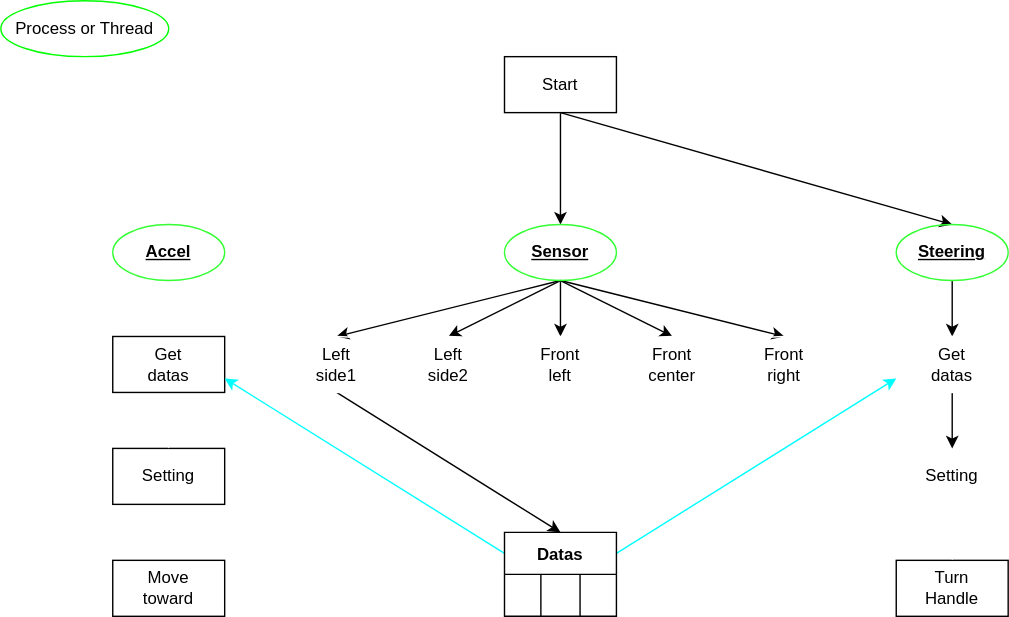
Before: toyota.drawio.svg, a diagram exported from draw.io (jizots/AI_minicar). Source tidied: cells renumbered, new cells last; positions are measured from the earlier drawing's top-left corner, leaving out a move shared by most shapes.
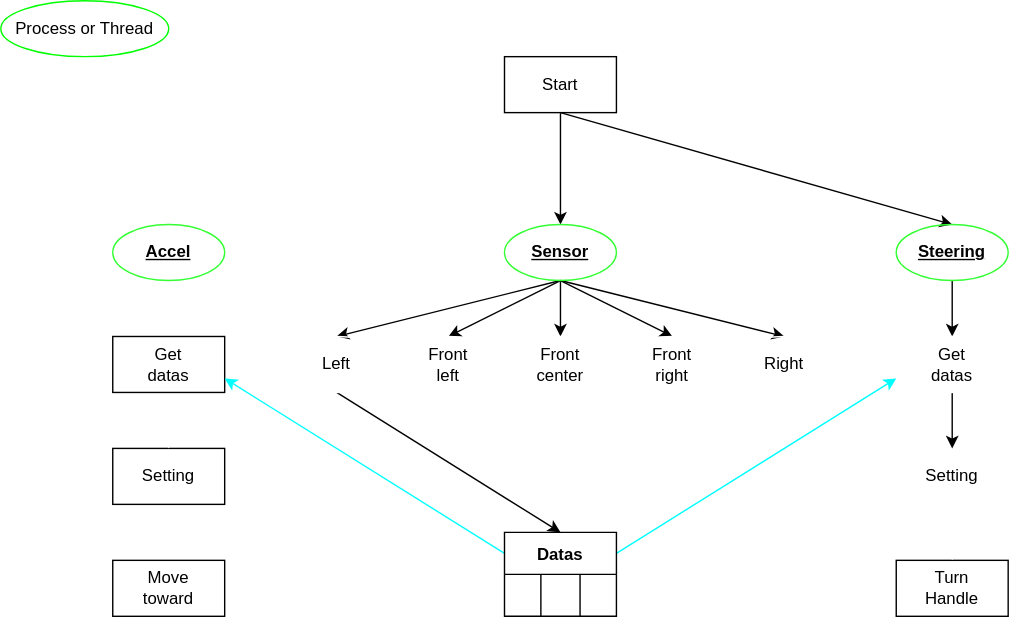
After the commit.

What changed in the source:
```diff
@@ -30,15 +30,15 @@
       <mxGeometry x="360" y="40" width="80" height="40" as="geometry" />
     </mxCell>
     <mxCell id="11" value="Front&lt;br&gt;right" style="ellipse;whiteSpace=wrap;html=1;strokeColor=#FFFFFF;fillColor=none;" parent="1" vertex="1">
-      <mxGeometry x="520" y="240" width="80" height="40" as="geometry" />
+      <mxGeometry x="440" y="240" width="80" height="40" as="geometry" />
     </mxCell>
     <mxCell id="12" value="Front&lt;br&gt;center" style="ellipse;whiteSpace=wrap;html=1;strokeColor=#FFFFFF;fillColor=none;" parent="1" vertex="1">
-      <mxGeometry x="440" y="240" width="80" height="40" as="geometry" />
+      <mxGeometry x="360" y="240" width="80" height="40" as="geometry" />
     </mxCell>
     <mxCell id="13" style="edgeStyle=none;html=1;exitX=0.5;exitY=1;exitDx=0;exitDy=0;entryX=0.5;entryY=0;entryDx=0;entryDy=0;" parent="1" edge="1" source="14" target="32">
       <mxGeometry relative="1" as="geometry" />
     </mxCell>
-    <mxCell id="14" value="Left&lt;br&gt;side1" style="ellipse;whiteSpace=wrap;html=1;strokeColor=#FFFFFF;fillColor=none;" parent="1" vertex="1">
+    <mxCell id="14" value="Left" style="ellipse;whiteSpace=wrap;html=1;strokeColor=#FFFFFF;fillColor=none;" parent="1" vertex="1">
       <mxGeometry x="200" y="240" width="80" height="40" as="geometry" />
     </mxCell>
     <mxCell id="15" value="Turn&lt;br&gt;Handle" style="whiteSpace=wrap;html=1;" parent="1" vertex="1">
@@ -110,11 +110,11 @@
     <mxCell id="37" value="Process or Thread" style="ellipse;whiteSpace=wrap;html=1;strokeColor=#00FF00;" parent="1" vertex="1">
       <mxGeometry width="120" height="40" as="geometry" />
     </mxCell>
-    <mxCell id="38" value="Left&lt;br&gt;side2" style="ellipse;whiteSpace=wrap;html=1;strokeColor=#FFFFFF;fillColor=none;" parent="1" vertex="1">
-      <mxGeometry x="280" y="240" width="80" height="40" as="geometry" />
+    <mxCell id="38" value="Right" style="ellipse;whiteSpace=wrap;html=1;strokeColor=#FFFFFF;fillColor=none;" parent="1" vertex="1">
+      <mxGeometry x="520" y="240" width="80" height="40" as="geometry" />
     </mxCell>
     <mxCell id="39" value="Front&lt;br&gt;left" style="ellipse;whiteSpace=wrap;html=1;strokeColor=#FFFFFF;fillColor=none;" parent="1" vertex="1">
-      <mxGeometry x="360" y="240" width="80" height="40" as="geometry" />
+      <mxGeometry x="280" y="240" width="80" height="40" as="geometry" />
     </mxCell>
   </root>
 </mxGraphModel>
```
